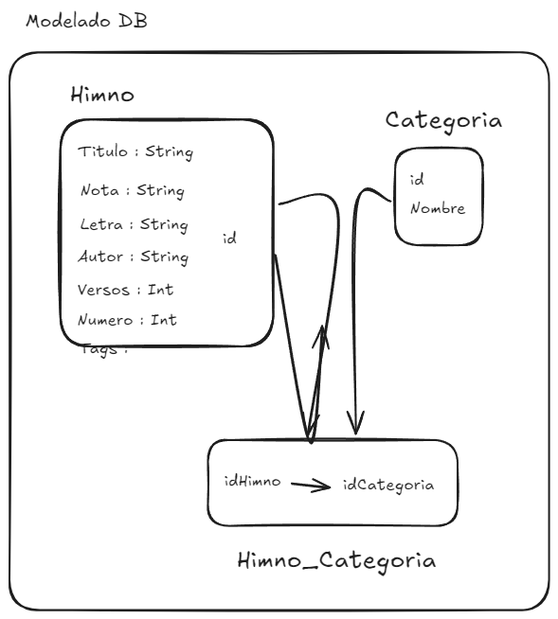
Above: planning/architecture.excalidraw.png in JhonAQ/himnario-adonai (Excalidraw), before the change. Source tidied: one line per element, renumbered; positions are measured from the earlier drawing's top-left corner, leaving out a move shared by most shapes.
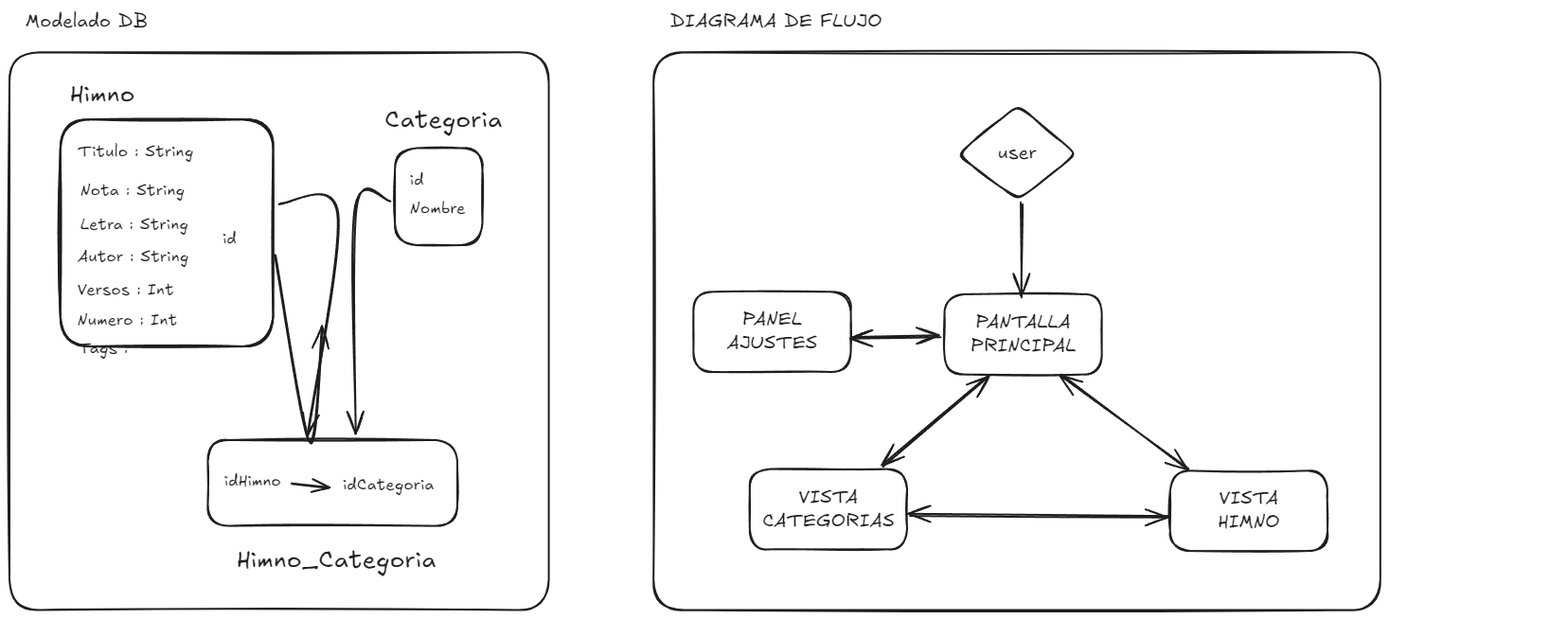
After the change.

The edit, as a diff of the source:
```diff
@@ -18,5 +18,22 @@
 {"id": 17, "type": "arrow", "strokeColor": "#1e1e1e", "strokeWidth": 2, "roughness": 1, "endArrowhead": "arrow", "round": true, "from": 15, "to": 16, "x": 298, "y": 501, "width": 40, "height": 4, "points": [[0, 0], [40, 4]]}
 {"id": 18, "type": "arrow", "strokeColor": "#1e1e1e", "strokeWidth": 2, "roughness": 1, "endArrowhead": "arrow", "round": true, "from": 0, "to": 14, "x": 286, "y": 206, "width": 62, "height": 245, "points": [[0, 0], [62, 11], [30, 245]]}
 {"id": 19, "type": "arrow", "strokeColor": "#1e1e1e", "strokeWidth": 2, "roughness": 1, "endArrowhead": "arrow", "round": true, "from": 9, "to": 14, "x": 402, "y": 202, "width": 37, "height": 247, "points": [[0, 0], [-36, 8], [-37, 247]]}
+{"id": 22, "type": "rectangle", "strokeColor": "#1e1e1e", "strokeWidth": 2, "roughness": 1, "round": true, "x": 0, "y": 45, "width": 570, "height": 589}
+{"id": 23, "type": "text", "text": "Modelado DB", "strokeColor": "#1e1e1e", "strokeWidth": 2, "roughness": 1, "fontSize": 20, "fontFamily": 5, "x": 17, "y": 0, "width": 129, "height": 25}
+{"id": 24, "type": "diamond", "strokeColor": "#1e1e1e", "strokeWidth": 2, "roughness": 1, "round": true, "x": 1001, "y": 102, "width": 126, "height": 100}
+{"id": 25, "type": "text", "text": "user", "strokeColor": "#1e1e1e", "strokeWidth": 2, "roughness": 1, "fontSize": 20, "fontFamily": 5, "textAlign": "center", "verticalAlign": "middle", "inside": 24, "x": 1044, "y": 139, "width": 41, "height": 25}
+{"id": 26, "type": "rectangle", "strokeColor": "#1e1e1e", "strokeWidth": 2, "roughness": 1, "round": true, "x": 987, "y": 301, "width": 166, "height": 85}
+{"id": 27, "type": "text", "text": "PANTALLA\nPRINCIPAL", "strokeColor": "#1e1e1e", "strokeWidth": 2, "roughness": 1, "fontSize": 20, "fontFamily": 5, "textAlign": "center", "x": 1015, "y": 318, "width": 111, "height": 50}
+{"id": 28, "type": "rectangle", "strokeColor": "#1e1e1e", "strokeWidth": 2, "roughness": 1, "round": true, "x": 1226, "y": 487, "width": 166, "height": 85}
+{"id": 29, "type": "text", "text": "VISTA\nHIMNO", "strokeColor": "#1e1e1e", "strokeWidth": 2, "roughness": 1, "fontSize": 20, "fontFamily": 5, "textAlign": "center", "x": 1276, "y": 505, "width": 65, "height": 50}
+{"id": 30, "type": "rectangle", "strokeColor": "#1e1e1e", "strokeWidth": 2, "roughness": 1, "round": true, "x": 782, "y": 486, "width": 166, "height": 85}
+{"id": 31, "type": "text", "text": "VISTA\nCATEGORIAS", "strokeColor": "#1e1e1e", "strokeWidth": 2, "roughness": 1, "fontSize": 20, "fontFamily": 5, "textAlign": "center", "verticalAlign": "middle", "inside": 30, "x": 795, "y": 503, "width": 139, "height": 50}
+{"id": 32, "type": "arrow", "strokeColor": "#1e1e1e", "strokeWidth": 2, "roughness": 1, "endArrowhead": "arrow", "round": true, "from": 24, "to": 27, "x": 1068, "y": 205, "width": 0, "height": 98, "points": [[0, 0], [0, 98]]}
+{"id": 33, "type": "arrow", "strokeColor": "#1e1e1e", "strokeWidth": 2, "roughness": 1, "startArrowhead": "arrow", "endArrowhead": "arrow", "round": true, "from": 27, "to": 28, "x": 1110, "y": 386, "width": 135, "height": 100, "points": [[0, 0], [135, 100]]}
+{"id": 34, "type": "arrow", "strokeColor": "#1e1e1e", "strokeWidth": 2, "roughness": 1, "startArrowhead": "arrow", "endArrowhead": "arrow", "round": true, "from": 27, "to": 30, "x": 1034, "y": 387, "width": 111, "height": 96, "points": [[0, 0], [-111, 96]]}
+{"id": 35, "type": "arrow", "strokeColor": "#1e1e1e", "strokeWidth": 2, "roughness": 1, "startArrowhead": "arrow", "endArrowhead": "arrow", "round": true, "from": 30, "to": 28, "x": 950, "y": 533, "width": 275, "height": 2, "points": [[0, 0], [275, 2]]}
+{"id": 36, "type": "rectangle", "strokeColor": "#1e1e1e", "strokeWidth": 2, "roughness": 1, "round": true, "x": 722, "y": 298, "width": 166, "height": 85}
+{"id": 37, "type": "text", "text": "PANEL\nAJUSTES", "strokeColor": "#1e1e1e", "strokeWidth": 2, "roughness": 1, "fontSize": 20, "fontFamily": 5, "textAlign": "center", "verticalAlign": "middle", "inside": 36, "x": 758, "y": 316, "width": 96, "height": 50}
+{"id": 38, "type": "arrow", "strokeColor": "#1e1e1e", "strokeWidth": 2, "roughness": 1, "startArrowhead": "arrow", "endArrowhead": "arrow", "round": true, "from": 27, "to": 36, "x": 982, "y": 345, "width": 93, "height": 1, "points": [[0, 0], [-93, 1]]}
-{"id": 20, "type": "rectangle", "strokeColor": "#1e1e1e", "strokeWidth": 2, "roughness": 1, "round": true, "x": 0, "y": 45, "width": 570, "height": 589}
+{"id": 20, "type": "rectangle", "strokeColor": "#1e1e1e", "strokeWidth": 2, "roughness": 1, "round": true, "x": 680, "y": 45, "width": 768, "height": 589}
-{"id": 21, "type": "text", "text": "Modelado DB", "strokeColor": "#1e1e1e", "strokeWidth": 2, "roughness": 1, "fontSize": 20, "fontFamily": 5, "x": 17, "y": 0, "width": 129, "height": 25}
+{"id": 21, "type": "text", "text": "DIAGRAMA DE FLUJO", "strokeColor": "#1e1e1e", "strokeWidth": 2, "roughness": 1, "fontSize": 20, "fontFamily": 5, "x": 698, "y": 0, "width": 224, "height": 25}
```
